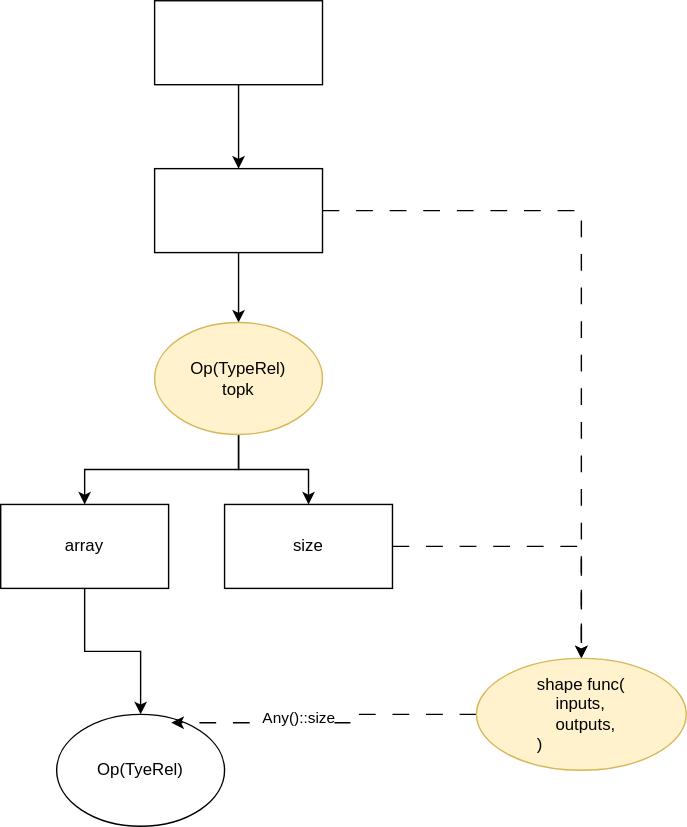
Above: 未命名绘图.drawio.svg in ShawnZhuang/picture (draw.io), before the change. Source tidied: cells renumbered, new cells last; positions are measured from the earlier drawing's top-left corner, leaving out a move shared by most shapes.
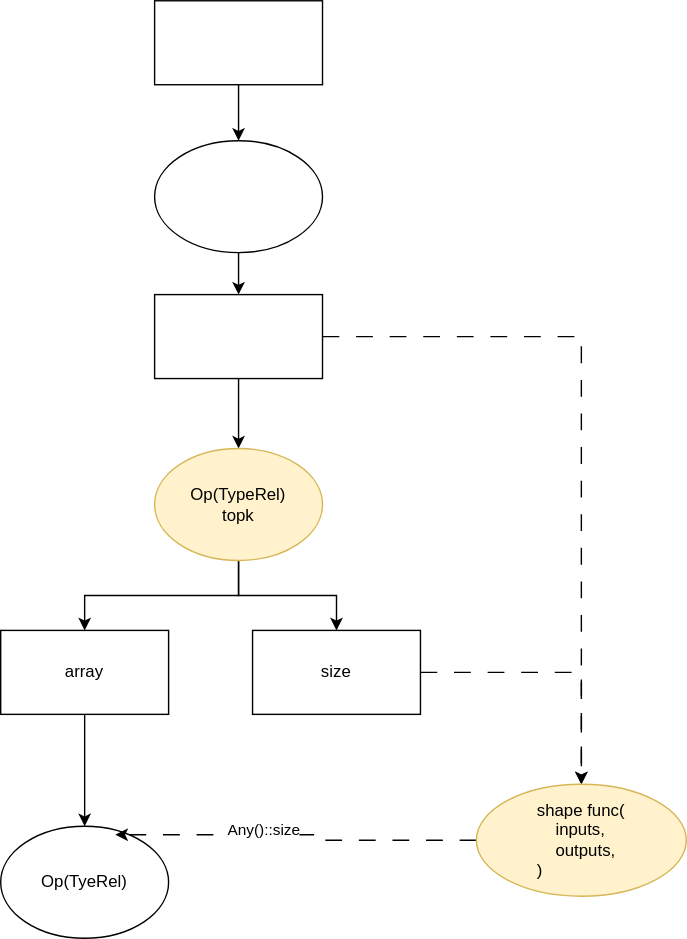
Later version of the same file.

Commit message:
更新未命名绘图.drawio.svg

Diff of the diagram source:
```diff
@@ -11,14 +11,14 @@
     <mxCell id="4" style="rounded=0;whiteSpace=wrap;html=1;" parent="1" vertex="1">
       <mxGeometry x="110" y="120" width="120" height="60" as="geometry" />
     </mxCell>
-    <mxCell id="5" style="edgeStyle=orthogonalEdgeStyle;rounded=0;jettySize=auto;html=1;" parent="1" edge="1" source="6" target="4">
+    <mxCell id="5" style="edgeStyle=orthogonalEdgeStyle;rounded=0;jettySize=auto;html=1;" parent="1" edge="1" source="19" target="4">
       <mxGeometry relative="1" as="geometry" />
     </mxCell>
     <mxCell id="6" style="rounded=0;whiteSpace=wrap;html=1;" parent="1" vertex="1">
-      <mxGeometry x="110" width="120" height="60" as="geometry" />
+      <mxGeometry x="110" y="-90" width="120" height="60" as="geometry" />
     </mxCell>
     <mxCell id="7" value="size" style="rounded=0;whiteSpace=wrap;html=1;" parent="1" vertex="1">
-      <mxGeometry x="160" y="360" width="120" height="60" as="geometry" />
+      <mxGeometry x="180" y="360" width="120" height="60" as="geometry" />
     </mxCell>
     <mxCell id="8" style="rounded=0;jettySize=auto;html=1;edgeStyle=orthogonalEdgeStyle;" parent="1" edge="1" source="4" target="10">
       <mxGeometry relative="1" as="geometry" />
@@ -30,7 +30,7 @@
       <mxGeometry x="110" y="230" width="120" height="80" as="geometry" />
     </mxCell>
     <mxCell id="11" value="Op(TyeRel)" style="ellipse;whiteSpace=wrap;html=1;" parent="1" vertex="1">
-      <mxGeometry x="40" y="510" width="120" height="80" as="geometry" />
+      <mxGeometry y="500" width="120" height="80" as="geometry" />
     </mxCell>
     <mxCell id="12" style="rounded=0;jettySize=auto;html=1;exitX=1;exitY=0.5;exitDx=0;exitDy=0;dashed=1;dashPattern=12 12;edgeStyle=orthogonalEdgeStyle;entryX=0.5;entryY=0;entryDx=0;entryDy=0;" parent="1" edge="1" source="7" target="15">
       <mxGeometry relative="1" as="geometry" />
@@ -50,5 +50,11 @@
     <mxCell id="17" value="array" style="rounded=0;whiteSpace=wrap;html=1;" parent="1" vertex="1">
       <mxGeometry y="360" width="120" height="60" as="geometry" />
     </mxCell>
+    <mxCell id="18" style="edgeStyle=orthogonalEdgeStyle;rounded=0;jettySize=auto;html=1;" parent="1" edge="1" source="6" target="19">
+      <mxGeometry relative="1" as="geometry" />
+    </mxCell>
+    <mxCell id="19" style="ellipse;whiteSpace=wrap;html=1;" parent="1" vertex="1">
+      <mxGeometry x="110" y="10" width="120" height="80" as="geometry" />
+    </mxCell>
   </root>
 </mxGraphModel>
```
